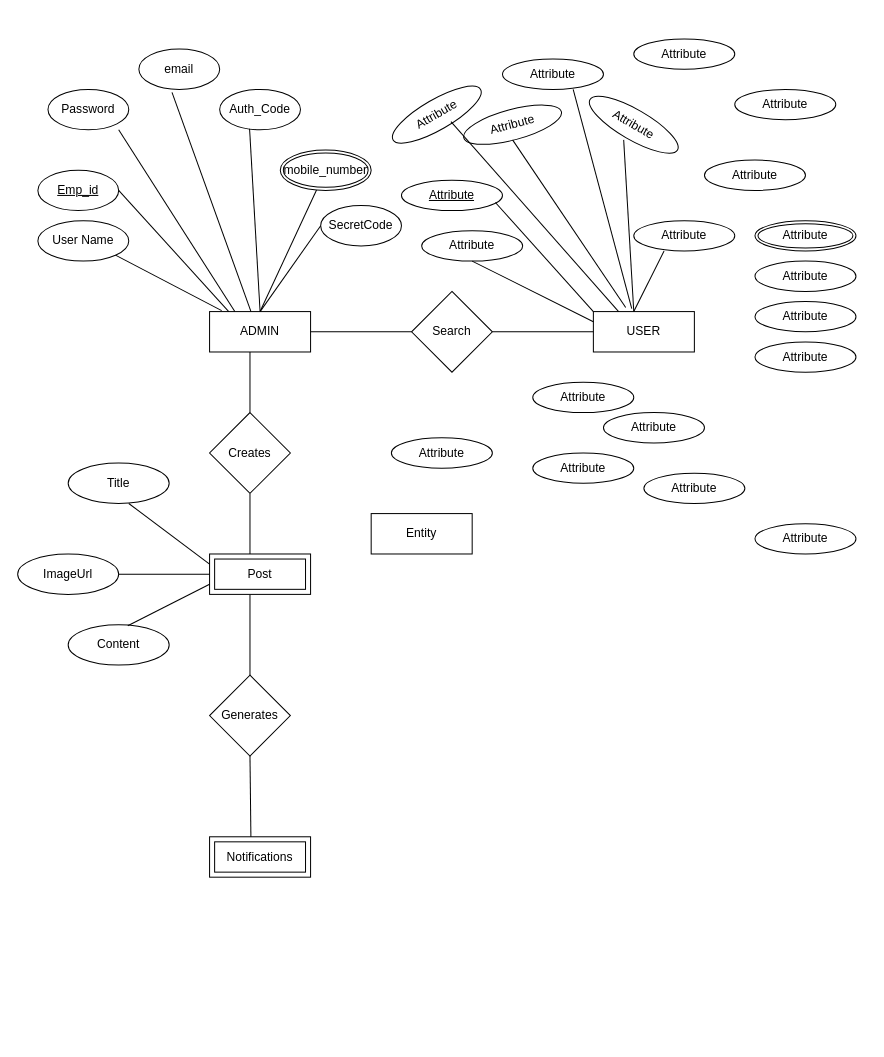
Above: Placement_erd.drawio in shalulaha/Minor_Project (draw.io), before the change. Source tidied: cells renumbered, new cells numbered last; positions are measured from the earlier drawing's top-left corner, leaving out a move shared by most shapes. Both pictures are drawn from the tidied source at 101%, with x=0, y=0 at pixel (17, 38).
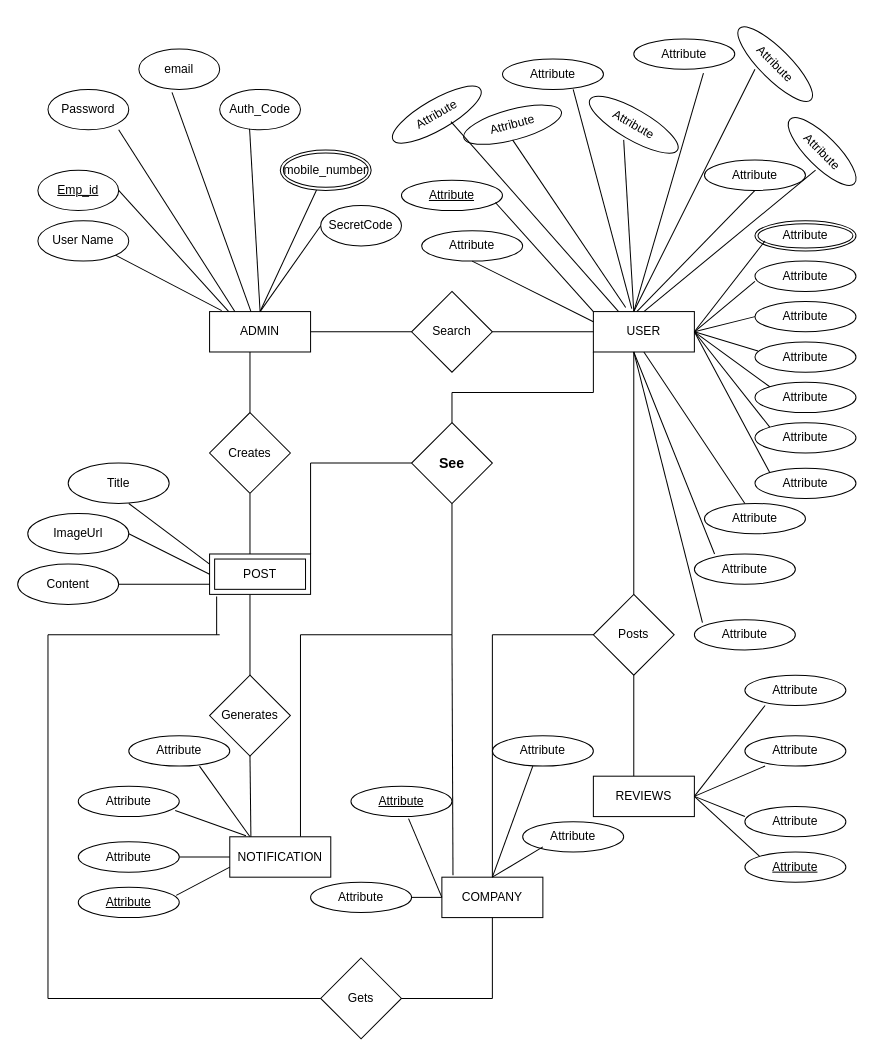
The same diagram, later.

The change refers to these unchanged cells:
```xml
<mxCell id="3" value="USER" style="whiteSpace=wrap;html=1;align=center;" parent="1" vertex="1">
  <mxGeometry x="570" y="270" width="100" height="40" as="geometry" />
</mxCell>
<mxCell id="39" value="Attribute" style="ellipse;whiteSpace=wrap;html=1;align=center;" parent="1" vertex="1">
  <mxGeometry x="610" width="100" height="30" as="geometry" />
</mxCell>
<mxCell id="44" value="Attribute" style="ellipse;whiteSpace=wrap;html=1;align=center;" parent="1" vertex="1">
  <mxGeometry x="730" y="260" width="100" height="30" as="geometry" />
</mxCell>
<mxCell id="45" value="Attribute" style="ellipse;whiteSpace=wrap;html=1;align=center;" parent="1" vertex="1">
  <mxGeometry x="730" y="300" width="100" height="30" as="geometry" />
</mxCell>
```

Change to the diagram source:
```diff
@@
-    <mxCell id="4" value="Entity" style="whiteSpace=wrap;html=1;align=center;" parent="1" vertex="1">
-      <mxGeometry x="350" y="470" width="100" height="40" as="geometry" />
-    </mxCell>
@@
-    <mxCell id="28" value="Post" style="shape=ext;margin=3;double=1;whiteSpace=wrap;html=1;align=center;" parent="1" vertex="1">
+    <mxCell id="28" value="POST" style="shape=ext;margin=3;double=1;whiteSpace=wrap;html=1;align=center;" parent="1" vertex="1">
       <mxGeometry x="190" y="510" width="100" height="40" as="geometry" />
     </mxCell>
-    <mxCell id="29" value="Notifications" style="shape=ext;margin=3;double=1;whiteSpace=wrap;html=1;align=center;" parent="1" vertex="1">
-      <mxGeometry x="190" y="790" width="100" height="40" as="geometry" />
-    </mxCell>
@@
     <mxCell id="31" value="ImageUrl" style="ellipse;whiteSpace=wrap;html=1;align=center;" parent="1" vertex="1">
-      <mxGeometry y="510" width="100" height="40" as="geometry" />
+      <mxGeometry x="10" y="470" width="100" height="40" as="geometry" />
     </mxCell>
     <mxCell id="32" value="Content" style="ellipse;whiteSpace=wrap;html=1;align=center;" parent="1" vertex="1">
-      <mxGeometry x="50" y="580" width="100" height="40" as="geometry" />
+      <mxGeometry y="520" width="100" height="40" as="geometry" />
     </mxCell>
@@
-    <mxCell id="35" style="endArrow=none;html=1;rounded=0;exitX=0.59;exitY=0.025;exitDx=0;exitDy=0;exitPerimeter=0;" parent="1" edge="1" source="32">
+    <mxCell id="35" style="endArrow=none;html=1;rounded=0;exitX=1;exitY=0.5;exitDx=0;exitDy=0;" parent="1" edge="1" source="32">
       <mxGeometry relative="1" as="geometry">
         <mxPoint x="190" y="540" as="targetPoint" />
       </mxGeometry>
     </mxCell>
@@
-    <mxCell id="40" value="Attribute" style="ellipse;whiteSpace=wrap;html=1;align=center;" parent="1" vertex="1">
-      <mxGeometry x="710" y="50" width="100" height="30" as="geometry" />
-    </mxCell>
@@
     <mxCell id="46" value="Attribute" style="ellipse;whiteSpace=wrap;html=1;align=center;" parent="1" vertex="1">
-      <mxGeometry x="620" y="430" width="100" height="30" as="geometry" />
+      <mxGeometry x="680" y="460" width="100" height="30" as="geometry" />
     </mxCell>
     <mxCell id="47" value="Attribute" style="ellipse;whiteSpace=wrap;html=1;align=center;" parent="1" vertex="1">
-      <mxGeometry x="730" y="480" width="100" height="30" as="geometry" />
+      <mxGeometry x="730" y="425" width="100" height="30" as="geometry" />
     </mxCell>
@@
     <mxCell id="50" value="Attribute" style="ellipse;whiteSpace=wrap;html=1;align=center;" parent="1" vertex="1">
-      <mxGeometry x="510" y="340" width="100" height="30" as="geometry" />
+      <mxGeometry x="730" y="340" width="100" height="30" as="geometry" />
     </mxCell>
     <mxCell id="51" value="Attribute" style="ellipse;whiteSpace=wrap;html=1;align=center;" parent="1" vertex="1">
-      <mxGeometry x="510" y="410" width="100" height="30" as="geometry" />
+      <mxGeometry x="670" y="510" width="100" height="30" as="geometry" />
     </mxCell>
     <mxCell id="52" value="Attribute" style="ellipse;whiteSpace=wrap;html=1;align=center;" parent="1" vertex="1">
-      <mxGeometry x="370" y="395" width="100" height="30" as="geometry" />
+      <mxGeometry x="670" y="575" width="100" height="30" as="geometry" />
     </mxCell>
     <mxCell id="53" value="Attribute" style="ellipse;whiteSpace=wrap;html=1;align=center;" parent="1" vertex="1">
-      <mxGeometry x="580" y="370" width="100" height="30" as="geometry" />
+      <mxGeometry x="730" y="380" width="100" height="30" as="geometry" />
     </mxCell>
@@
-    <mxCell id="55" value="Attribute" style="ellipse;whiteSpace=wrap;html=1;align=center;" parent="1" vertex="1">
-      <mxGeometry x="610" y="180" width="100" height="30" as="geometry" />
+    <mxCell id="55" value="Attribute" style="ellipse;whiteSpace=wrap;html=1;align=center;rotation=45;" parent="1" vertex="1">
+      <mxGeometry x="751.5" y="96.5" width="90" height="30" as="geometry" />
     </mxCell>
@@
-    <mxCell id="62" style="endArrow=none;html=1;rounded=0;" parent="1" edge="1">
+    <mxCell id="62" style="endArrow=none;html=1;rounded=0;entryX=0.69;entryY=1.133;entryDx=0;entryDy=0;entryPerimeter=0;" parent="1" edge="1" target="39">
       <mxGeometry relative="1" as="geometry">
         <mxPoint x="610" y="270" as="sourcePoint" />
-        <mxPoint x="640" y="210" as="targetPoint" />
       </mxGeometry>
     </mxCell>
+    <mxCell id="63" style="endArrow=none;html=1;rounded=0;" parent="1" edge="1">
+      <mxGeometry relative="1" as="geometry">
+        <mxPoint x="670" y="290" as="sourcePoint" />
+        <mxPoint x="740" y="200" as="targetPoint" />
+      </mxGeometry>
+    </mxCell>
+    <mxCell id="64" style="endArrow=none;html=1;rounded=0;exitX=0.43;exitY=0;exitDx=0;exitDy=0;exitPerimeter=0;" parent="1" edge="1" source="3">
+      <mxGeometry relative="1" as="geometry">
+        <mxPoint x="730" y="150" as="targetPoint" />
+      </mxGeometry>
+    </mxCell>
+    <mxCell id="65" style="endArrow=none;html=1;rounded=0;" parent="1" edge="1">
+      <mxGeometry relative="1" as="geometry">
+        <mxPoint x="670" y="290" as="sourcePoint" />
+        <mxPoint x="730" y="240" as="targetPoint" />
+      </mxGeometry>
+    </mxCell>
+    <mxCell id="66" style="endArrow=none;html=1;rounded=0;entryX=0.03;entryY=0.3;entryDx=0;entryDy=0;entryPerimeter=0;exitX=1;exitY=0.5;exitDx=0;exitDy=0;" parent="1" edge="1" source="3" target="45">
+      <mxGeometry relative="1" as="geometry" />
+    </mxCell>
+    <mxCell id="67" style="endArrow=none;html=1;rounded=0;entryX=0;entryY=0.5;entryDx=0;entryDy=0;exitX=1;exitY=0.5;exitDx=0;exitDy=0;" parent="1" edge="1" source="3" target="44">
+      <mxGeometry relative="1" as="geometry" />
+    </mxCell>
+    <mxCell id="68" style="endArrow=none;html=1;rounded=0;exitX=0;exitY=0;exitDx=0;exitDy=0;" parent="1" edge="1" source="50">
+      <mxGeometry relative="1" as="geometry">
+        <mxPoint x="670" y="290" as="targetPoint" />
+      </mxGeometry>
+    </mxCell>
+    <mxCell id="69" style="endArrow=none;html=1;rounded=0;exitX=0;exitY=0;exitDx=0;exitDy=0;" parent="1" edge="1" source="53">
+      <mxGeometry relative="1" as="geometry">
+        <mxPoint x="670" y="290" as="targetPoint" />
+      </mxGeometry>
+    </mxCell>
+    <mxCell id="70" style="endArrow=none;html=1;rounded=0;exitX=0;exitY=0;exitDx=0;exitDy=0;" parent="1" edge="1" source="47">
+      <mxGeometry relative="1" as="geometry">
+        <mxPoint x="670" y="290" as="targetPoint" />
+      </mxGeometry>
+    </mxCell>
+    <mxCell id="71" style="endArrow=none;html=1;rounded=0;entryX=0.5;entryY=1;entryDx=0;entryDy=0;" parent="1" edge="1" target="3">
+      <mxGeometry relative="1" as="geometry">
+        <mxPoint x="720" y="460" as="sourcePoint" />
+      </mxGeometry>
+    </mxCell>
+    <mxCell id="72" style="endArrow=none;html=1;rounded=0;" parent="1" edge="1">
+      <mxGeometry relative="1" as="geometry">
+        <mxPoint x="610" y="550" as="sourcePoint" />
+        <mxPoint x="610" y="310" as="targetPoint" />
+      </mxGeometry>
+    </mxCell>
+    <mxCell id="73" value="Posts" style="rhombus;whiteSpace=wrap;html=1;" parent="1" vertex="1">
+      <mxGeometry x="570" y="550" width="80" height="80" as="geometry" />
+    </mxCell>
+    <mxCell id="74" style="endArrow=none;html=1;rounded=0;entryX=0.4;entryY=1;entryDx=0;entryDy=0;entryPerimeter=0;" parent="1" edge="1" target="3">
+      <mxGeometry relative="1" as="geometry">
+        <mxPoint x="690" y="510" as="sourcePoint" />
+      </mxGeometry>
+    </mxCell>
+    <mxCell id="75" style="endArrow=none;html=1;rounded=0;exitX=0.08;exitY=0.1;exitDx=0;exitDy=0;exitPerimeter=0;" parent="1" edge="1" source="52">
+      <mxGeometry relative="1" as="geometry">
+        <mxPoint x="610" y="310" as="targetPoint" />
+      </mxGeometry>
+    </mxCell>
+    <mxCell id="76" style="endArrow=none;html=1;rounded=0;" parent="1" edge="1">
+      <mxGeometry relative="1" as="geometry">
+        <mxPoint x="610" y="270" as="sourcePoint" />
+        <mxPoint x="730" y="30" as="targetPoint" />
+      </mxGeometry>
+    </mxCell>
+    <mxCell id="77" value="Attribute" style="ellipse;whiteSpace=wrap;html=1;align=center;rotation=45;" parent="1" vertex="1">
+      <mxGeometry x="700" y="10" width="100" height="30" as="geometry" />
+    </mxCell>
+    <mxCell id="78" style="endArrow=none;html=1;rounded=0;exitX=0.5;exitY=0;exitDx=0;exitDy=0;" parent="1" edge="1" source="3">
+      <mxGeometry relative="1" as="geometry">
+        <mxPoint x="790" y="130" as="targetPoint" />
+      </mxGeometry>
+    </mxCell>
+    <mxCell id="79" style="endArrow=none;html=1;rounded=0;" parent="1" edge="1">
+      <mxGeometry relative="1" as="geometry">
+        <mxPoint x="610" y="730" as="sourcePoint" />
+        <mxPoint x="610" y="630" as="targetPoint" />
+      </mxGeometry>
+    </mxCell>
+    <mxCell id="80" value="REVIEWS" style="whiteSpace=wrap;html=1;align=center;" parent="1" vertex="1">
+      <mxGeometry x="570" y="730" width="100" height="40" as="geometry" />
+    </mxCell>
+    <mxCell id="81" value="&lt;div&gt;&lt;br&gt;&lt;/div&gt;COMPANY&lt;div&gt;&lt;br&gt;&lt;/div&gt;" style="whiteSpace=wrap;html=1;align=center;" parent="1" vertex="1">
+      <mxGeometry x="420" y="830" width="100" height="40" as="geometry" />
+    </mxCell>
+    <mxCell id="82" style="endArrow=none;html=1;rounded=0;" parent="1" edge="1">
+      <mxGeometry relative="1" as="geometry">
+        <mxPoint x="470" y="590" as="sourcePoint" />
+        <mxPoint x="470" y="830" as="targetPoint" />
+      </mxGeometry>
+    </mxCell>
+    <mxCell id="83" style="endArrow=none;html=1;rounded=0;" parent="1" edge="1">
+      <mxGeometry relative="1" as="geometry">
+        <mxPoint x="470" y="590" as="sourcePoint" />
+        <mxPoint x="570" y="590" as="targetPoint" />
+      </mxGeometry>
+    </mxCell>
+    <mxCell id="84" value="&lt;b&gt;&lt;font style=&quot;font-size: 14px;&quot;&gt;See&lt;/font&gt;&lt;/b&gt;" style="rhombus;whiteSpace=wrap;html=1;rotation=0;" parent="1" vertex="1">
+      <mxGeometry x="390" y="380" width="80" height="80" as="geometry" />
+    </mxCell>
+    <mxCell id="85" style="endArrow=none;html=1;rounded=0;entryX=0;entryY=0.5;entryDx=0;entryDy=0;" parent="1" edge="1" target="84">
+      <mxGeometry relative="1" as="geometry">
+        <mxPoint x="290" y="420" as="sourcePoint" />
+      </mxGeometry>
+    </mxCell>
+    <mxCell id="86" style="endArrow=none;html=1;rounded=0;" parent="1" edge="1">
+      <mxGeometry relative="1" as="geometry">
+        <mxPoint x="570" y="350" as="sourcePoint" />
+        <mxPoint x="570" y="310" as="targetPoint" />
+      </mxGeometry>
+    </mxCell>
+    <mxCell id="87" style="endArrow=none;html=1;rounded=0;exitX=1;exitY=0;exitDx=0;exitDy=0;" parent="1" edge="1" source="28">
+      <mxGeometry relative="1" as="geometry">
+        <mxPoint x="290" y="420" as="targetPoint" />
+      </mxGeometry>
+    </mxCell>
+    <mxCell id="88" style="endArrow=none;html=1;rounded=0;" parent="1" edge="1">
+      <mxGeometry relative="1" as="geometry">
+        <mxPoint x="430" y="350" as="sourcePoint" />
+        <mxPoint x="430" y="380" as="targetPoint" />
+      </mxGeometry>
+    </mxCell>
+    <mxCell id="89" style="endArrow=none;html=1;rounded=0;" parent="1" edge="1">
+      <mxGeometry relative="1" as="geometry">
+        <mxPoint x="570" y="350" as="sourcePoint" />
+        <mxPoint x="430" y="350" as="targetPoint" />
+      </mxGeometry>
+    </mxCell>
+    <mxCell id="90" style="endArrow=none;html=1;rounded=0;" parent="1" edge="1">
+      <mxGeometry relative="1" as="geometry">
+        <mxPoint x="280" y="790" as="sourcePoint" />
+        <mxPoint x="280" y="590" as="targetPoint" />
+      </mxGeometry>
+    </mxCell>
+    <mxCell id="91" style="endArrow=none;html=1;rounded=0;" parent="1" edge="1">
+      <mxGeometry relative="1" as="geometry">
+        <mxPoint x="280" y="590" as="sourcePoint" />
+        <mxPoint x="430" y="590" as="targetPoint" />
+      </mxGeometry>
+    </mxCell>
+    <mxCell id="92" style="endArrow=none;html=1;rounded=0;" parent="1" edge="1">
+      <mxGeometry relative="1" as="geometry">
+        <mxPoint x="430" y="590" as="sourcePoint" />
+        <mxPoint x="430" y="460" as="targetPoint" />
+      </mxGeometry>
+    </mxCell>
+    <mxCell id="93" style="endArrow=none;html=1;rounded=0;exitX=0.11;exitY=-0.05;exitDx=0;exitDy=0;exitPerimeter=0;" parent="1" edge="1" source="81">
+      <mxGeometry relative="1" as="geometry">
+        <mxPoint x="430" y="590" as="targetPoint" />
+      </mxGeometry>
+    </mxCell>
+    <mxCell id="94" value="Attribute" style="ellipse;whiteSpace=wrap;html=1;align=center;" parent="1" vertex="1">
+      <mxGeometry x="60" y="740" width="100" height="30" as="geometry" />
+    </mxCell>
+    <mxCell id="95" value="Attribute" style="ellipse;whiteSpace=wrap;html=1;align=center;" parent="1" vertex="1">
+      <mxGeometry x="60" y="795" width="100" height="30" as="geometry" />
+    </mxCell>
+    <mxCell id="96" value="Attribute" style="ellipse;whiteSpace=wrap;html=1;align=center;" parent="1" vertex="1">
+      <mxGeometry x="110" y="690" width="100" height="30" as="geometry" />
+    </mxCell>
+    <mxCell id="97" style="endArrow=none;html=1;rounded=0;exitX=0.2;exitY=0;exitDx=0;exitDy=0;exitPerimeter=0;" parent="1" edge="1" source="98">
+      <mxGeometry relative="1" as="geometry">
+        <mxPoint x="180" y="720" as="targetPoint" />
+      </mxGeometry>
+    </mxCell>
+    <mxCell id="98" value="NOTIFICATION" style="whiteSpace=wrap;html=1;align=center;" parent="1" vertex="1">
+      <mxGeometry x="210" y="790" width="100" height="40" as="geometry" />
+    </mxCell>
+    <mxCell id="99" style="endArrow=none;html=1;rounded=0;exitX=0.16;exitY=-0.025;exitDx=0;exitDy=0;exitPerimeter=0;entryX=0.96;entryY=0.8;entryDx=0;entryDy=0;entryPerimeter=0;" parent="1" edge="1" source="98" target="94">
+      <mxGeometry relative="1" as="geometry" />
+    </mxCell>
+    <mxCell id="100" style="endArrow=none;html=1;rounded=0;exitX=1;exitY=0.5;exitDx=0;exitDy=0;entryX=0;entryY=0.5;entryDx=0;entryDy=0;" parent="1" edge="1" source="95" target="98">
+      <mxGeometry relative="1" as="geometry" />
+    </mxCell>
+    <mxCell id="101" value="Attribute" style="ellipse;whiteSpace=wrap;html=1;align=center;fontStyle=4;" parent="1" vertex="1">
+      <mxGeometry x="60" y="840" width="100" height="30" as="geometry" />
+    </mxCell>
+    <mxCell id="102" style="endArrow=none;html=1;rounded=0;exitX=0.97;exitY=0.267;exitDx=0;exitDy=0;exitPerimeter=0;" parent="1" edge="1" source="101">
+      <mxGeometry relative="1" as="geometry">
+        <mxPoint x="210" y="820" as="targetPoint" />
+      </mxGeometry>
+    </mxCell>
+    <mxCell id="103" value="Attribute" style="ellipse;whiteSpace=wrap;html=1;align=center;" parent="1" vertex="1">
+      <mxGeometry x="500" y="775" width="100" height="30" as="geometry" />
+    </mxCell>
+    <mxCell id="104" value="Attribute" style="ellipse;whiteSpace=wrap;html=1;align=center;" parent="1" vertex="1">
+      <mxGeometry x="470" y="690" width="100" height="30" as="geometry" />
+    </mxCell>
+    <mxCell id="105" value="Attribute" style="ellipse;whiteSpace=wrap;html=1;align=center;" parent="1" vertex="1">
+      <mxGeometry x="290" y="835" width="100" height="30" as="geometry" />
+    </mxCell>
+    <mxCell id="106" style="endArrow=none;html=1;rounded=0;exitX=0.72;exitY=1.067;exitDx=0;exitDy=0;exitPerimeter=0;" parent="1" edge="1">
+      <mxGeometry relative="1" as="geometry">
+        <mxPoint x="387" y="772" as="sourcePoint" />
+        <mxPoint x="420" y="850" as="targetPoint" />
+      </mxGeometry>
+    </mxCell>
+    <mxCell id="107" style="endArrow=none;html=1;rounded=0;exitX=1;exitY=0.5;exitDx=0;exitDy=0;entryX=0;entryY=0.5;entryDx=0;entryDy=0;" parent="1" edge="1" source="105" target="81">
+      <mxGeometry relative="1" as="geometry" />
+    </mxCell>
+    <mxCell id="108" style="endArrow=none;html=1;rounded=0;" parent="1" edge="1">
+      <mxGeometry relative="1" as="geometry">
+        <mxPoint x="520" y="800" as="sourcePoint" />
+        <mxPoint x="470" y="830" as="targetPoint" />
+      </mxGeometry>
+    </mxCell>
+    <mxCell id="109" style="endArrow=none;html=1;rounded=0;" parent="1" edge="1">
+      <mxGeometry relative="1" as="geometry">
+        <mxPoint x="510" y="720" as="sourcePoint" />
+        <mxPoint x="470" y="830" as="targetPoint" />
+      </mxGeometry>
+    </mxCell>
+    <mxCell id="110" value="Attribute" style="ellipse;whiteSpace=wrap;html=1;align=center;fontStyle=4;" parent="1" vertex="1">
+      <mxGeometry x="330" y="740" width="100" height="30" as="geometry" />
+    </mxCell>
+    <mxCell id="111" value="Attribute" style="ellipse;whiteSpace=wrap;html=1;align=center;" parent="1" vertex="1">
+      <mxGeometry x="720" y="690" width="100" height="30" as="geometry" />
+    </mxCell>
+    <mxCell id="112" value="Attribute" style="ellipse;whiteSpace=wrap;html=1;align=center;" parent="1" vertex="1">
+      <mxGeometry x="720" y="630" width="100" height="30" as="geometry" />
+    </mxCell>
+    <mxCell id="113" value="Attribute" style="ellipse;whiteSpace=wrap;html=1;align=center;" parent="1" vertex="1">
+      <mxGeometry x="720" y="760" width="100" height="30" as="geometry" />
+    </mxCell>
+    <mxCell id="114" value="Attribute" style="ellipse;whiteSpace=wrap;html=1;align=center;fontStyle=4;" parent="1" vertex="1">
+      <mxGeometry x="720" y="805" width="100" height="30" as="geometry" />
+    </mxCell>
+    <mxCell id="115" style="endArrow=none;html=1;rounded=0;exitX=1;exitY=0.5;exitDx=0;exitDy=0;" parent="1" edge="1" source="80">
+      <mxGeometry relative="1" as="geometry">
+        <mxPoint x="740" y="660" as="targetPoint" />
+      </mxGeometry>
+    </mxCell>
+    <mxCell id="116" style="endArrow=none;html=1;rounded=0;" parent="1" edge="1">
+      <mxGeometry relative="1" as="geometry">
+        <mxPoint x="670" y="750" as="sourcePoint" />
+        <mxPoint x="740" y="720" as="targetPoint" />
+      </mxGeometry>
+    </mxCell>
+    <mxCell id="117" style="endArrow=none;html=1;rounded=0;exitX=1;exitY=0.5;exitDx=0;exitDy=0;" parent="1" edge="1" source="80">
+      <mxGeometry relative="1" as="geometry">
+        <mxPoint x="720" y="770" as="targetPoint" />
+      </mxGeometry>
+    </mxCell>
+    <mxCell id="118" style="endArrow=none;html=1;rounded=0;exitX=0;exitY=0;exitDx=0;exitDy=0;" parent="1" edge="1" source="114">
+      <mxGeometry relative="1" as="geometry">
+        <mxPoint x="670" y="750" as="targetPoint" />
+      </mxGeometry>
+    </mxCell>
+    <mxCell id="119" style="endArrow=none;html=1;rounded=0;entryX=0.07;entryY=1.05;entryDx=0;entryDy=0;entryPerimeter=0;" parent="1" edge="1" target="28">
+      <mxGeometry relative="1" as="geometry">
+        <mxPoint x="197" y="590" as="sourcePoint" />
+      </mxGeometry>
+    </mxCell>
+    <mxCell id="120" style="endArrow=none;html=1;rounded=0;" parent="1" edge="1">
+      <mxGeometry relative="1" as="geometry">
+        <mxPoint x="30" y="590" as="sourcePoint" />
+        <mxPoint x="200" y="590" as="targetPoint" />
+      </mxGeometry>
+    </mxCell>
+    <mxCell id="121" style="endArrow=none;html=1;rounded=0;" parent="1" edge="1">
+      <mxGeometry relative="1" as="geometry">
+        <mxPoint x="30" y="950" as="sourcePoint" />
+        <mxPoint x="30" y="590" as="targetPoint" />
+      </mxGeometry>
+    </mxCell>
+    <mxCell id="122" style="endArrow=none;html=1;rounded=0;entryX=0;entryY=0.5;entryDx=0;entryDy=0;" parent="1" edge="1" target="123">
+      <mxGeometry relative="1" as="geometry">
+        <mxPoint x="30" y="950" as="sourcePoint" />
+      </mxGeometry>
+    </mxCell>
+    <mxCell id="123" value="Gets" style="rhombus;whiteSpace=wrap;html=1;" parent="1" vertex="1">
+      <mxGeometry x="300" y="910" width="80" height="80" as="geometry" />
+    </mxCell>
+    <mxCell id="124" style="endArrow=none;html=1;rounded=0;" parent="1" edge="1">
+      <mxGeometry relative="1" as="geometry">
+        <mxPoint x="470" y="950" as="sourcePoint" />
+        <mxPoint x="470" y="870" as="targetPoint" />
+      </mxGeometry>
+    </mxCell>
+    <mxCell id="125" style="endArrow=none;html=1;rounded=0;" parent="1" edge="1">
+      <mxGeometry relative="1" as="geometry">
+        <mxPoint x="380" y="950" as="sourcePoint" />
+        <mxPoint x="470" y="950" as="targetPoint" />
+      </mxGeometry>
+    </mxCell>
```
